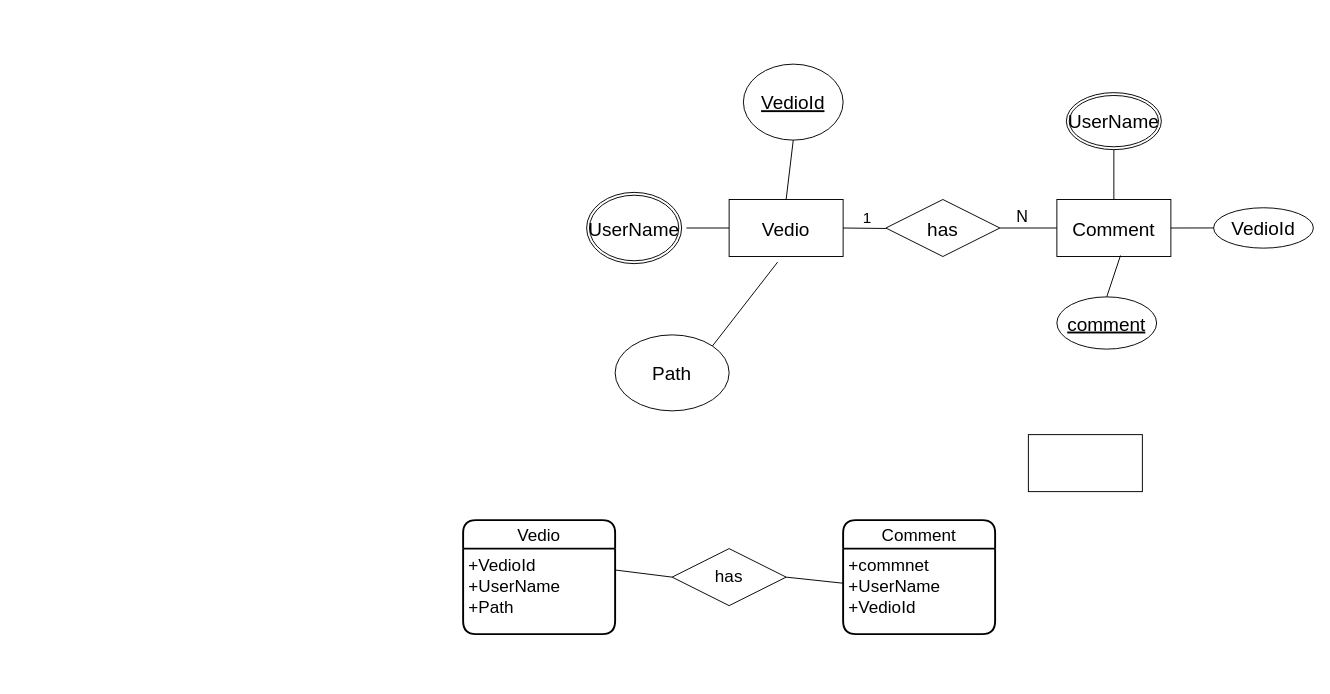
wildoranges/shortvids keeps this draw.io diagram as E-R.drawio. Above is the earlier version. Source tidied: cells renumbered, new cells numbered last; positions are measured from the earlier drawing's top-left corner, leaving out a move shared by most shapes. Both pictures are drawn from the tidied source at 95%, with x=0, y=0 at pixel (463, 64).
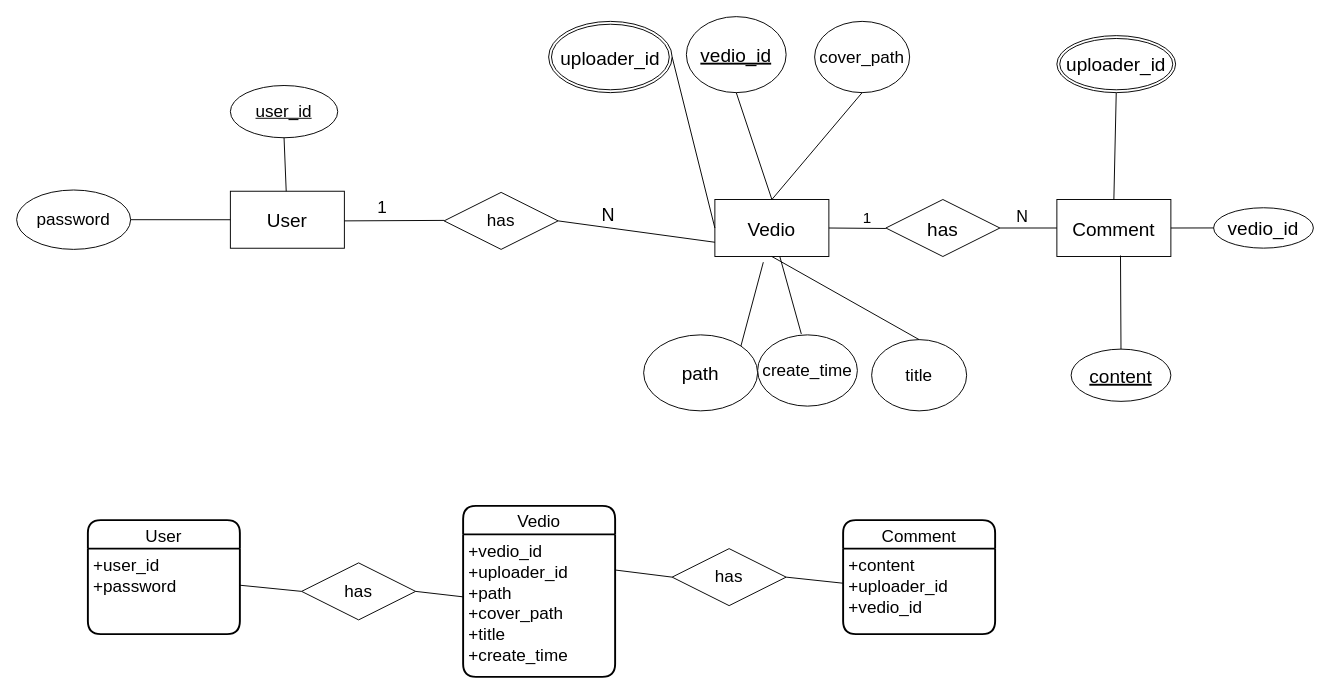
The same page after the edit.

Unchanged cells that the change refers to:
```xml
<mxCell id="3" value="Comment" style="rounded=0;whiteSpace=wrap;html=1;fontSize=20;" parent="1" vertex="1">
  <mxGeometry x="625" y="142.5" width="120" height="60" as="geometry" />
</mxCell>
<mxCell id="24" value="Comment" style="swimlane;horizontal=1;startSize=30;rounded=1;fontSize=18;fontStyle=0;strokeWidth=2;shadow=0;dashed=0;align=center;" parent="1" vertex="1">
  <mxGeometry x="400" y="480" width="160" height="120" as="geometry" />
</mxCell>
```

What changed in the source:
```diff
@@
     <mxCell id="2" value="Vedio" style="rounded=0;whiteSpace=wrap;html=1;fontSize=20;" parent="1" vertex="1">
-      <mxGeometry x="280" y="142.5" width="120" height="60" as="geometry" />
+      <mxGeometry x="265" y="142.5" width="120" height="60" as="geometry" />
     </mxCell>
@@
-    <mxCell id="4" style="rounded=0;whiteSpace=wrap;html=1;fontSize=20;" parent="1" vertex="1">
-      <mxGeometry x="595" y="390" width="120" height="60" as="geometry" />
+    <mxCell id="4" value="User" style="rounded=0;whiteSpace=wrap;html=1;fontSize=20;" parent="1" vertex="1">
+      <mxGeometry x="-245" y="133.8" width="120" height="60" as="geometry" />
     </mxCell>
-    <mxCell id="5" value="Path" style="ellipse;whiteSpace=wrap;html=1;fontSize=20;" parent="1" vertex="1">
-      <mxGeometry x="160" y="285" width="120" height="80" as="geometry" />
+    <mxCell id="5" value="path" style="ellipse;whiteSpace=wrap;html=1;fontSize=20;" parent="1" vertex="1">
+      <mxGeometry x="190" y="285" width="120" height="80" as="geometry" />
     </mxCell>
-    <mxCell id="6" value="VedioId" style="ellipse;whiteSpace=wrap;html=1;fontSize=20;fontStyle=4;" parent="1" vertex="1">
-      <mxGeometry x="295" width="105" height="80" as="geometry" />
+    <mxCell id="6" value="vedio_id" style="ellipse;whiteSpace=wrap;html=1;fontSize=20;fontStyle=4;" parent="1" vertex="1">
+      <mxGeometry x="235" y="-50" width="105" height="80" as="geometry" />
     </mxCell>
-    <mxCell id="7" style="endArrow=none;html=1;fontSize=20;exitX=1;exitY=0.5;exitDx=0;exitDy=0;entryX=0;entryY=0.5;entryDx=0;entryDy=0;" parent="1" edge="1" target="2">
-      <mxGeometry relative="1" as="geometry">
-        <mxPoint x="235" y="172.5" as="sourcePoint" />
-      </mxGeometry>
+    <mxCell id="7" style="endArrow=none;html=1;fontSize=20;exitX=1;exitY=0.5;exitDx=0;exitDy=0;entryX=0;entryY=0.5;entryDx=0;entryDy=0;" parent="1" edge="1" source="10" target="2">
+      <mxGeometry relative="1" as="geometry" />
     </mxCell>
@@
-    <mxCell id="10" value="UserName" style="ellipse;shape=doubleEllipse;margin=3;whiteSpace=wrap;html=1;align=center;fontSize=20;" parent="1" vertex="1">
-      <mxGeometry x="130" y="135" width="100" height="75" as="geometry" />
+    <mxCell id="10" value="uploader_id" style="ellipse;shape=doubleEllipse;margin=3;whiteSpace=wrap;html=1;align=center;fontSize=20;" parent="1" vertex="1">
+      <mxGeometry x="90" y="-45" width="130" height="75" as="geometry" />
     </mxCell>
-    <mxCell id="11" value="VedioId" style="ellipse;whiteSpace=wrap;html=1;align=center;fontSize=20;" parent="1" vertex="1">
+    <mxCell id="11" value="vedio_id" style="ellipse;whiteSpace=wrap;html=1;align=center;fontSize=20;" parent="1" vertex="1">
       <mxGeometry x="790" y="151.2" width="105" height="42.5" as="geometry" />
     </mxCell>
-    <mxCell id="12" style="endArrow=none;html=1;rounded=0;fontSize=20;entryX=0.571;entryY=0.989;entryDx=0;entryDy=0;entryPerimeter=0;exitX=0.5;exitY=0;exitDx=0;exitDy=0;" parent="1" edge="1" source="3">
-      <mxGeometry relative="1" as="geometry">
-        <mxPoint x="685" y="89.5" as="targetPoint" />
-      </mxGeometry>
+    <mxCell id="12" style="endArrow=none;html=1;rounded=0;fontSize=20;entryX=0.5;entryY=1;entryDx=0;entryDy=0;exitX=0.5;exitY=0;exitDx=0;exitDy=0;" parent="1" edge="1" source="3" target="15">
+      <mxGeometry relative="1" as="geometry" />
     </mxCell>
@@
-    <mxCell id="14" value="comment" style="ellipse;whiteSpace=wrap;html=1;align=center;fontSize=20;fontStyle=4;" parent="1" vertex="1">
-      <mxGeometry x="625" y="245" width="105" height="55" as="geometry" />
+    <mxCell id="14" value="content" style="ellipse;whiteSpace=wrap;html=1;align=center;fontSize=20;fontStyle=4;" parent="1" vertex="1">
+      <mxGeometry x="640" y="300" width="105" height="55" as="geometry" />
     </mxCell>
-    <mxCell id="15" value="UserName" style="ellipse;shape=doubleEllipse;margin=3;whiteSpace=wrap;html=1;align=center;fontSize=20;" parent="1" vertex="1">
-      <mxGeometry x="635" y="30" width="100" height="60" as="geometry" />
+    <mxCell id="15" value="uploader_id" style="ellipse;shape=doubleEllipse;margin=3;whiteSpace=wrap;html=1;align=center;fontSize=20;" parent="1" vertex="1">
+      <mxGeometry x="625" y="-30" width="125" height="60" as="geometry" />
     </mxCell>
@@
     <mxCell id="22" value="Vedio" style="swimlane;horizontal=1;startSize=30;rounded=1;fontSize=18;fontStyle=0;strokeWidth=2;shadow=0;dashed=0;align=center;" parent="1" vertex="1">
-      <mxGeometry y="480" width="160" height="120" as="geometry" />
+      <mxGeometry y="465" width="160" height="180" as="geometry" />
     </mxCell>
-    <mxCell id="23" value="+VedioId&#10;+UserName&#10;+Path" style="align=left;strokeColor=none;fillColor=none;spacingLeft=4;fontSize=18;verticalAlign=top;fontStyle=0;" parent="22" vertex="1">
-      <mxGeometry y="30" width="160" height="90" as="geometry" />
+    <mxCell id="23" value="+vedio_id&#10;+uploader_id&#10;+path&#10;+cover_path&#10;+title&#10;+create_time" style="align=left;strokeColor=none;fillColor=none;spacingLeft=4;fontSize=18;verticalAlign=top;fontStyle=0;" parent="22" vertex="1">
+      <mxGeometry y="30" width="160" height="150" as="geometry" />
     </mxCell>
@@
-    <mxCell id="25" value="+commnet&#10;+UserName&#10;+VedioId" style="align=left;strokeColor=none;fillColor=none;spacingLeft=4;fontSize=18;verticalAlign=top;" parent="24" vertex="1">
+    <mxCell id="25" value="+content&#10;+uploader_id&#10;+vedio_id" style="align=left;strokeColor=none;fillColor=none;spacingLeft=4;fontSize=18;verticalAlign=top;" parent="24" vertex="1">
       <mxGeometry y="30" width="160" height="90" as="geometry" />
     </mxCell>
@@
+    <mxCell id="29" value="create_time" style="ellipse;whiteSpace=wrap;html=1;align=center;fontSize=18;" parent="1" vertex="1">
+      <mxGeometry x="310" y="285" width="105" height="75" as="geometry" />
+    </mxCell>
+    <mxCell id="30" value="title" style="ellipse;whiteSpace=wrap;html=1;align=center;fontSize=18;" parent="1" vertex="1">
+      <mxGeometry x="430" y="290" width="100" height="75" as="geometry" />
+    </mxCell>
+    <mxCell id="31" value="cover_path" style="ellipse;whiteSpace=wrap;html=1;align=center;fontSize=18;" parent="1" vertex="1">
+      <mxGeometry x="370" y="-45" width="100" height="75" as="geometry" />
+    </mxCell>
+    <mxCell id="32" style="endArrow=none;html=1;rounded=0;fontSize=18;exitX=0.438;exitY=-0.013;exitDx=0;exitDy=0;exitPerimeter=0;" parent="1" edge="1" source="29" target="2">
+      <mxGeometry relative="1" as="geometry" />
+    </mxCell>
+    <mxCell id="33" style="endArrow=none;html=1;rounded=0;fontSize=18;entryX=0.5;entryY=1;entryDx=0;entryDy=0;exitX=0.5;exitY=0;exitDx=0;exitDy=0;" parent="1" edge="1" source="30" target="2">
+      <mxGeometry relative="1" as="geometry" />
+    </mxCell>
+    <mxCell id="34" style="endArrow=none;html=1;rounded=0;fontSize=18;entryX=0.5;entryY=1;entryDx=0;entryDy=0;exitX=0.5;exitY=0;exitDx=0;exitDy=0;" parent="1" edge="1" source="2" target="31">
+      <mxGeometry relative="1" as="geometry" />
+    </mxCell>
+    <mxCell id="35" value="user_id" style="ellipse;whiteSpace=wrap;html=1;align=center;fontStyle=4;fontSize=18;" parent="1" vertex="1">
+      <mxGeometry x="-245" y="22.5" width="113" height="55" as="geometry" />
+    </mxCell>
+    <mxCell id="36" value="password" style="ellipse;whiteSpace=wrap;html=1;align=center;fontSize=18;" parent="1" vertex="1">
+      <mxGeometry x="-470" y="132.5" width="120" height="62.5" as="geometry" />
+    </mxCell>
+    <mxCell id="37" style="endArrow=none;html=1;rounded=0;fontSize=18;exitX=0.5;exitY=1;exitDx=0;exitDy=0;" parent="1" edge="1" source="35" target="4">
+      <mxGeometry relative="1" as="geometry" />
+    </mxCell>
+    <mxCell id="38" style="endArrow=none;html=1;rounded=0;fontSize=18;entryX=0;entryY=0.5;entryDx=0;entryDy=0;" parent="1" edge="1" source="36" target="4">
+      <mxGeometry relative="1" as="geometry" />
+    </mxCell>
+    <mxCell id="39" value="has" style="shape=rhombus;perimeter=rhombusPerimeter;whiteSpace=wrap;html=1;align=center;fontSize=18;" parent="1" vertex="1">
+      <mxGeometry x="-20" y="135" width="120" height="60" as="geometry" />
+    </mxCell>
+    <mxCell id="40" style="endArrow=none;html=1;rounded=0;fontSize=18;" parent="1" edge="1">
+      <mxGeometry relative="1" as="geometry">
+        <mxPoint x="-125" y="165" as="sourcePoint" />
+        <mxPoint x="-20" y="164.5" as="targetPoint" />
+      </mxGeometry>
+    </mxCell>
+    <mxCell id="41" value="1" style="html=1;align=right;verticalAlign=bottom;fontSize=18;" parent="40" vertex="1">
+      <mxGeometry x="1" relative="1" as="geometry">
+        <mxPoint x="-60" y="-1" as="offset" />
+      </mxGeometry>
+    </mxCell>
+    <mxCell id="42" style="endArrow=none;html=1;rounded=0;fontSize=18;exitX=1;exitY=0.5;exitDx=0;exitDy=0;entryX=0;entryY=0.75;entryDx=0;entryDy=0;" parent="1" edge="1" source="39" target="2">
+      <mxGeometry relative="1" as="geometry" />
+    </mxCell>
+    <mxCell id="43" value="N" style="html=1;align=right;verticalAlign=bottom;fontSize=19;" parent="42" vertex="1">
+      <mxGeometry x="1" relative="1" as="geometry">
+        <mxPoint x="-105" y="-15" as="offset" />
+      </mxGeometry>
+    </mxCell>
+    <mxCell id="44" value="User" style="swimlane;horizontal=1;startSize=30;rounded=1;fontSize=18;fontStyle=0;strokeWidth=2;shadow=0;dashed=0;align=center;" parent="1" vertex="1">
+      <mxGeometry x="-395" y="480" width="160" height="120" as="geometry" />
+    </mxCell>
+    <mxCell id="45" value="+user_id&#10;+password" style="align=left;strokeColor=none;fillColor=none;spacingLeft=4;fontSize=18;verticalAlign=top;" parent="44" vertex="1">
+      <mxGeometry y="30" width="160" height="90" as="geometry" />
+    </mxCell>
+    <mxCell id="46" value="has" style="shape=rhombus;perimeter=rhombusPerimeter;whiteSpace=wrap;html=1;align=center;fontSize=18;" parent="1" vertex="1">
+      <mxGeometry x="-170" y="525" width="120" height="60" as="geometry" />
+    </mxCell>
+    <mxCell id="47" style="endArrow=none;html=1;rounded=0;fontSize=18;exitX=1;exitY=0.5;exitDx=0;exitDy=0;" parent="1" edge="1" source="46" target="23">
+      <mxGeometry relative="1" as="geometry" />
+    </mxCell>
+    <mxCell id="48" style="endArrow=none;html=1;rounded=0;fontSize=18;exitX=1;exitY=0.428;exitDx=0;exitDy=0;exitPerimeter=0;entryX=0;entryY=0.5;entryDx=0;entryDy=0;" parent="1" edge="1" source="45" target="46">
+      <mxGeometry relative="1" as="geometry" />
+    </mxCell>
```
